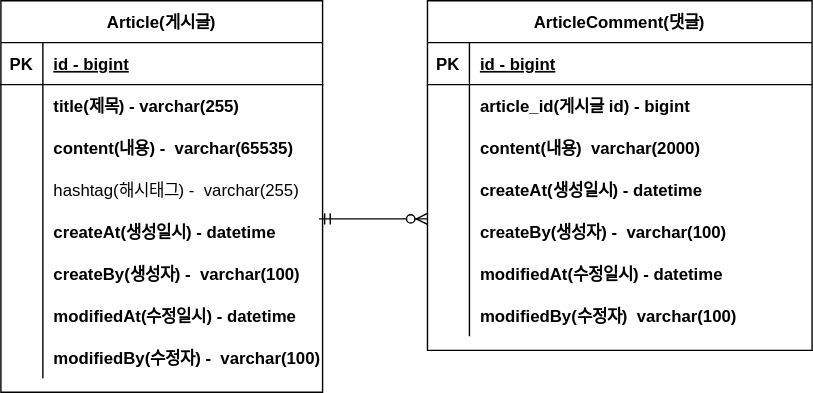
Before: documents/project-board-erd.svg, a diagram exported from draw.io (Alice-SH-Yoo/javaspring-project-board). Source tidied: cells renumbered, new cells last; positions are measured from the earlier drawing's top-left corner, leaving out a move shared by most shapes.
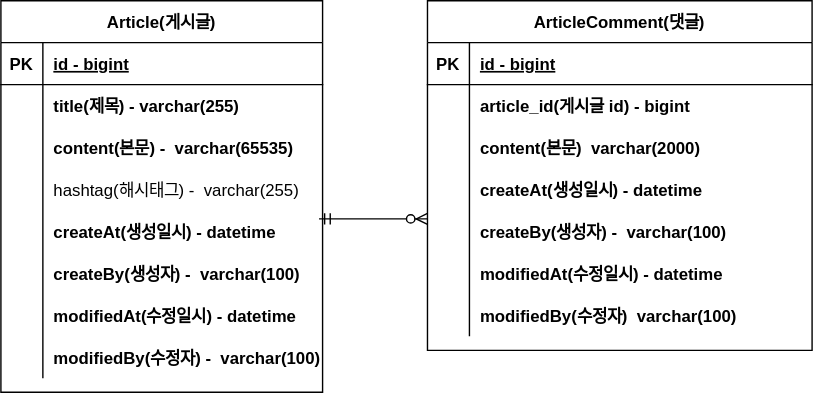
After the change.

Commit message:
#8 - ERD 설명 업데이트 project-board-erd.svg

What changed in the source:
```diff
@@ -29,7 +29,7 @@
     <mxCell id="10" style="shape=partialRectangle;overflow=hidden;fillColor=none;top=0;left=0;bottom=0;right=0;" parent="9" vertex="1">
       <mxGeometry width="30" height="30" as="geometry" />
     </mxCell>
-    <mxCell id="11" value="content(내용) -  varchar(65535)" style="shape=partialRectangle;overflow=hidden;fillColor=none;top=0;left=0;bottom=0;right=0;align=left;spacingLeft=6;fontStyle=1;" parent="9" vertex="1">
+    <mxCell id="11" value="content(본문) -  varchar(65535)" style="shape=partialRectangle;overflow=hidden;fillColor=none;top=0;left=0;bottom=0;right=0;align=left;spacingLeft=6;fontStyle=1;" parent="9" vertex="1">
       <mxGeometry x="30" width="200" height="30" as="geometry" />
     </mxCell>
     <mxCell id="12" style="shape=partialRectangle;fillColor=none;top=0;left=0;right=0;bottom=0;" parent="2" vertex="1">
@@ -104,7 +104,7 @@
     <mxCell id="35" style="shape=partialRectangle;overflow=hidden;fillColor=none;top=0;left=0;bottom=0;right=0;" parent="34" vertex="1">
       <mxGeometry width="30" height="30" as="geometry" />
     </mxCell>
-    <mxCell id="36" value="content(내용)  varchar(2000)" style="shape=partialRectangle;overflow=hidden;fillColor=none;top=0;left=0;bottom=0;right=0;align=left;spacingLeft=6;fontStyle=1;" parent="34" vertex="1">
+    <mxCell id="36" value="content(본문)  varchar(2000)" style="shape=partialRectangle;overflow=hidden;fillColor=none;top=0;left=0;bottom=0;right=0;align=left;spacingLeft=6;fontStyle=1;" parent="34" vertex="1">
       <mxGeometry x="30" width="245" height="30" as="geometry" />
     </mxCell>
     <mxCell id="37" style="shape=partialRectangle;fillColor=none;top=0;left=0;right=0;bottom=0;" parent="27" vertex="1">
```
